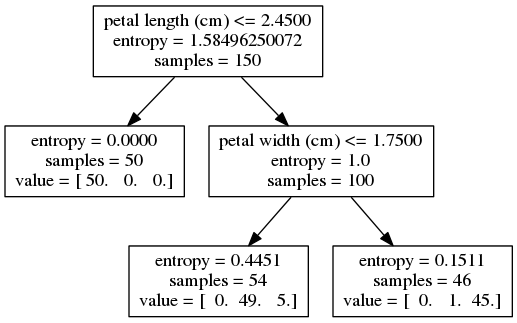
Before: 2014_10_15_DecisionTreeWorkshop/tree_d2.png, a diagram exported from Graphviz (TheGrimmScientist/SlidesFromTalks). Its source is kept beside it as 2014_10_15_DecisionTreeWorkshop/tree_d2.dot. Source of this version:
```dot
digraph Tree {
0 [label="petal length (cm) <= 2.4500\nentropy = 1.58496250072\nsamples = 150", shape="box"] ;
1 [label="entropy = 0.0000\nsamples = 50\nvalue = [ 50.   0.   0.]", shape="box"] ;
0 -> 1 ;
2 [label="petal width (cm) <= 1.7500\nentropy = 1.0\nsamples = 100", shape="box"] ;
0 -> 2 ;
3 [label="entropy = 0.4451\nsamples = 54\nvalue = [  0.  49.   5.]", shape="box"] ;
2 -> 3 ;
4 [label="entropy = 0.1511\nsamples = 46\nvalue = [  0.   1.  45.]", shape="box"] ;
2 -> 4 ;
}
```
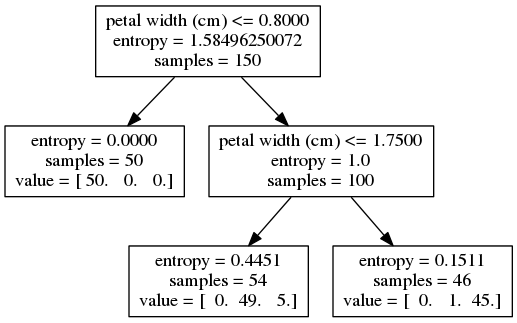
After the commit.

The edit, as a diff of the source:
```diff
@@ -1,5 +1,5 @@
 digraph Tree {
-0 [label="petal length (cm) <= 2.4500\nentropy = 1.58496250072\nsamples = 150", shape="box"] ;
+0 [label="petal width (cm) <= 0.8000\nentropy = 1.58496250072\nsamples = 150", shape="box"] ;
 1 [label="entropy = 0.0000\nsamples = 50\nvalue = [ 50.   0.   0.]", shape="box"] ;
 0 -> 1 ;
 2 [label="petal width (cm) <= 1.7500\nentropy = 1.0\nsamples = 100", shape="box"] ;
```
